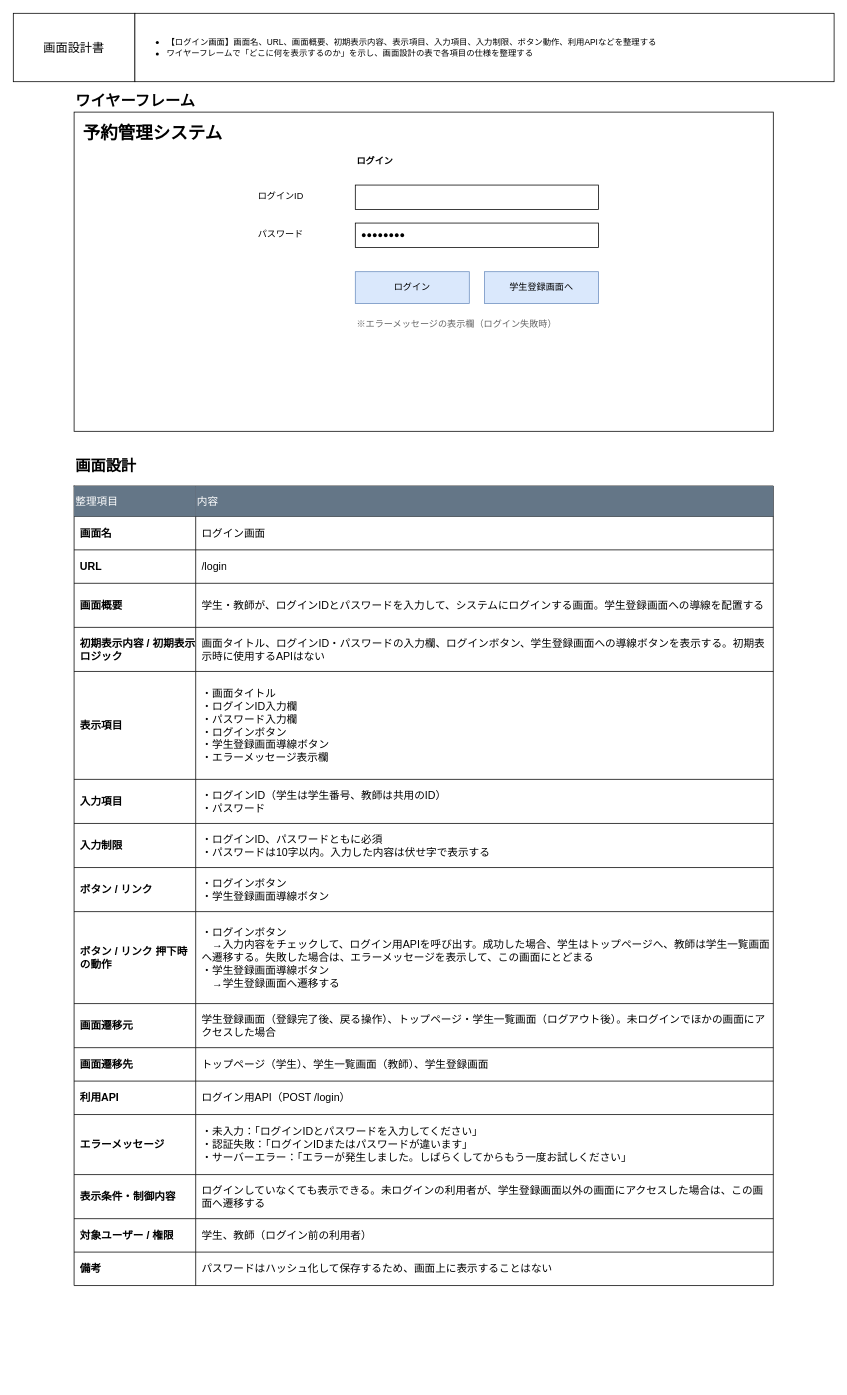
yuhihamada0703/shower-reservation keeps this draw.io diagram as page "画面設計書（ログイン画面）" (1 of 5) of docs/詳細設計.drawio. Above is the earlier version. Source tidied: cells renumbered, new cells numbered last; positions are measured from the earlier drawing's top-left corner, leaving out a move shared by most shapes. Both pictures are drawn from the tidied source at 76%, with x=0, y=0 at pixel (13, 13).
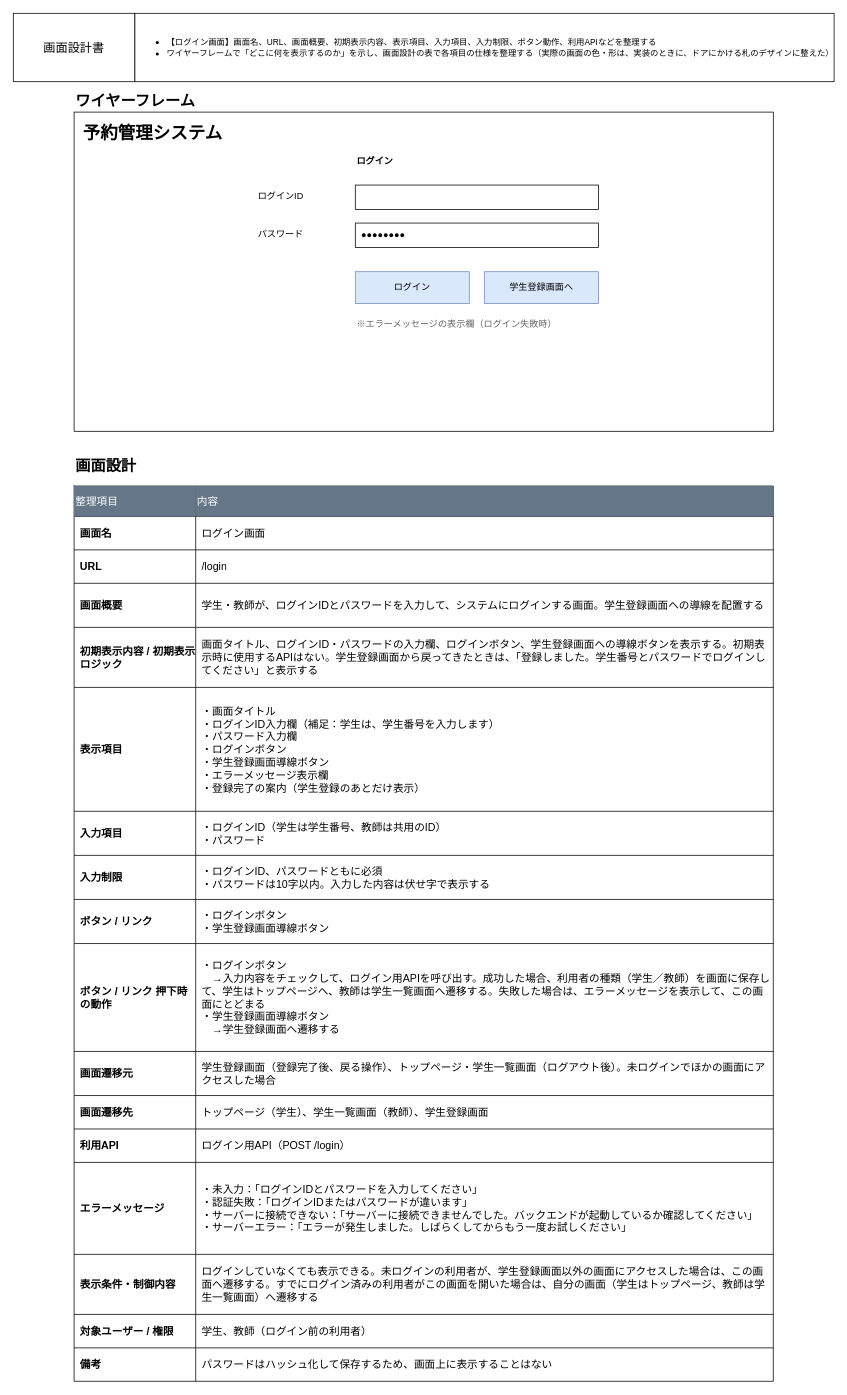
Above is the later version.

What changed in the source:
```diff
@@
-    <mxCell id="3" value="&lt;ul&gt;&lt;li&gt;&lt;font style=&quot;font-size: 11px;&quot;&gt;【ログイン画面】画面名、URL、画面概要、初期表示内容、表示項目、入力項目、入力制限、ボタン動作、利用APIなどを整理する&lt;/font&gt;&lt;/li&gt;&lt;li&gt;&lt;font style=&quot;font-size: 11px;&quot;&gt;ワイヤーフレームで「どこに何を表示するのか」を示し、画面設計の表で各項目の仕様を整理する&lt;/font&gt;&lt;/li&gt;&lt;/ul&gt;" style="whiteSpace=wrap;html=1;align=left;" parent="1" vertex="1">
+    <mxCell id="3" value="&lt;ul&gt;&lt;li&gt;&lt;font style=&quot;font-size: 11px;&quot;&gt;【ログイン画面】画面名、URL、画面概要、初期表示内容、表示項目、入力項目、入力制限、ボタン動作、利用APIなどを整理する&lt;/font&gt;&lt;/li&gt;&lt;li&gt;&lt;font style=&quot;font-size: 11px;&quot;&gt;ワイヤーフレームで「どこに何を表示するのか」を示し、画面設計の表で各項目の仕様を整理する（実際の画面の色・形は、実装のときに、ドアにかける札のデザインに整えた）&lt;/font&gt;&lt;/li&gt;&lt;/ul&gt;" style="whiteSpace=wrap;html=1;align=left;" parent="1" vertex="1">
       <mxGeometry x="160" width="920" height="90" as="geometry" />
     </mxCell>
@@
     <mxCell id="16" style="shape=table;startSize=0;childLayout=tableLayout;fontSize=14;" parent="1" vertex="1">
-      <mxGeometry x="80" y="622" width="920" height="1052" as="geometry" />
+      <mxGeometry x="80" y="622" width="920" height="1178" as="geometry" />
     </mxCell>
@@
     <mxCell id="29" style="shape=tableRow;horizontal=0;startSize=0;swimlaneHead=0;swimlaneBody=0;strokeColor=inherit;top=0;left=0;bottom=0;right=0;fillColor=none;fontSize=14;" parent="16" vertex="1">
-      <mxGeometry y="186" width="920" height="58" as="geometry" />
+      <mxGeometry y="186" width="920" height="79" as="geometry" />
     </mxCell>
     <mxCell id="30" value="初期表示内容 / 初期表示ロジック" style="shape=partialRectangle;html=1;whiteSpace=wrap;strokeColor=inherit;overflow=hidden;fillColor=none;top=0;left=0;bottom=0;right=0;fontSize=14;align=left;verticalAlign=middle;spacingLeft=6;fontStyle=1;" parent="29" vertex="1">
-      <mxGeometry width="160" height="58" as="geometry" />
+      <mxGeometry width="160" height="79" as="geometry" />
     </mxCell>
-    <mxCell id="31" value="画面タイトル、ログインID・パスワードの入力欄、ログインボタン、学生登録画面への導線ボタンを表示する。初期表示時に使用するAPIはない" style="shape=partialRectangle;html=1;whiteSpace=wrap;strokeColor=inherit;overflow=hidden;fillColor=none;top=0;left=0;bottom=0;right=0;fontSize=14;align=left;verticalAlign=middle;spacingLeft=6;" parent="29" vertex="1">
-      <mxGeometry x="160" width="760" height="58" as="geometry" />
+    <mxCell id="31" value="画面タイトル、ログインID・パスワードの入力欄、ログインボタン、学生登録画面への導線ボタンを表示する。初期表示時に使用するAPIはない。学生登録画面から戻ってきたときは、「登録しました。学生番号とパスワードでログインしてください」と表示する" style="shape=partialRectangle;html=1;whiteSpace=wrap;strokeColor=inherit;overflow=hidden;fillColor=none;top=0;left=0;bottom=0;right=0;fontSize=14;align=left;verticalAlign=middle;spacingLeft=6;" parent="29" vertex="1">
+      <mxGeometry x="160" width="760" height="79" as="geometry" />
     </mxCell>
     <mxCell id="32" style="shape=tableRow;horizontal=0;startSize=0;swimlaneHead=0;swimlaneBody=0;strokeColor=inherit;top=0;left=0;bottom=0;right=0;fillColor=none;fontSize=14;" parent="16" vertex="1">
-      <mxGeometry y="244" width="920" height="142" as="geometry" />
+      <mxGeometry y="265" width="920" height="163" as="geometry" />
     </mxCell>
     <mxCell id="33" value="表示項目" style="shape=partialRectangle;html=1;whiteSpace=wrap;strokeColor=inherit;overflow=hidden;fillColor=none;top=0;left=0;bottom=0;right=0;fontSize=14;align=left;verticalAlign=middle;spacingLeft=6;fontStyle=1;" parent="32" vertex="1">
-      <mxGeometry width="160" height="142" as="geometry" />
+      <mxGeometry width="160" height="163" as="geometry" />
     </mxCell>
-    <mxCell id="34" value="・画面タイトル&lt;br&gt;・ログインID入力欄&lt;br&gt;・パスワード入力欄&lt;br&gt;・ログインボタン&lt;br&gt;・学生登録画面導線ボタン&lt;br&gt;・エラーメッセージ表示欄" style="shape=partialRectangle;html=1;whiteSpace=wrap;strokeColor=inherit;overflow=hidden;fillColor=none;top=0;left=0;bottom=0;right=0;fontSize=14;align=left;verticalAlign=middle;spacingLeft=6;" parent="32" vertex="1">
-      <mxGeometry x="160" width="760" height="142" as="geometry" />
+    <mxCell id="34" value="・画面タイトル&lt;br&gt;・ログインID入力欄（補足：学生は、学生番号を入力します）&lt;br&gt;・パスワード入力欄&lt;br&gt;・ログインボタン&lt;br&gt;・学生登録画面導線ボタン&lt;br&gt;・エラーメッセージ表示欄&lt;br&gt;・登録完了の案内（学生登録のあとだけ表示）" style="shape=partialRectangle;html=1;whiteSpace=wrap;strokeColor=inherit;overflow=hidden;fillColor=none;top=0;left=0;bottom=0;right=0;fontSize=14;align=left;verticalAlign=middle;spacingLeft=6;" parent="32" vertex="1">
+      <mxGeometry x="160" width="760" height="163" as="geometry" />
     </mxCell>
     <mxCell id="35" style="shape=tableRow;horizontal=0;startSize=0;swimlaneHead=0;swimlaneBody=0;strokeColor=inherit;top=0;left=0;bottom=0;right=0;fillColor=none;fontSize=14;" parent="16" vertex="1">
-      <mxGeometry y="386" width="920" height="58" as="geometry" />
+      <mxGeometry y="428" width="920" height="58" as="geometry" />
     </mxCell>
@@
     <mxCell id="38" style="shape=tableRow;horizontal=0;startSize=0;swimlaneHead=0;swimlaneBody=0;strokeColor=inherit;top=0;left=0;bottom=0;right=0;fillColor=none;fontSize=14;" parent="16" vertex="1">
-      <mxGeometry y="444" width="920" height="58" as="geometry" />
+      <mxGeometry y="486" width="920" height="58" as="geometry" />
     </mxCell>
@@
     <mxCell id="41" style="shape=tableRow;horizontal=0;startSize=0;swimlaneHead=0;swimlaneBody=0;strokeColor=inherit;top=0;left=0;bottom=0;right=0;fillColor=none;fontSize=14;" parent="16" vertex="1">
-      <mxGeometry y="502" width="920" height="58" as="geometry" />
+      <mxGeometry y="544" width="920" height="58" as="geometry" />
     </mxCell>
@@
     <mxCell id="44" style="shape=tableRow;horizontal=0;startSize=0;swimlaneHead=0;swimlaneBody=0;strokeColor=inherit;top=0;left=0;bottom=0;right=0;fillColor=none;fontSize=14;" parent="16" vertex="1">
-      <mxGeometry y="560" width="920" height="121" as="geometry" />
+      <mxGeometry y="602" width="920" height="142" as="geometry" />
     </mxCell>
     <mxCell id="45" value="ボタン / リンク 押下時の動作" style="shape=partialRectangle;html=1;whiteSpace=wrap;strokeColor=inherit;overflow=hidden;fillColor=none;top=0;left=0;bottom=0;right=0;fontSize=14;align=left;verticalAlign=middle;spacingLeft=6;fontStyle=1;" parent="44" vertex="1">
-      <mxGeometry width="160" height="121" as="geometry" />
+      <mxGeometry width="160" height="142" as="geometry" />
     </mxCell>
-    <mxCell id="46" value="・ログインボタン&lt;br&gt;　→入力内容をチェックして、ログイン用APIを呼び出す。成功した場合、学生はトップページへ、教師は学生一覧画面へ遷移する。失敗した場合は、エラーメッセージを表示して、この画面にとどまる&lt;br&gt;・学生登録画面導線ボタン&lt;br&gt;　→学生登録画面へ遷移する" style="shape=partialRectangle;html=1;whiteSpace=wrap;strokeColor=inherit;overflow=hidden;fillColor=none;top=0;left=0;bottom=0;right=0;fontSize=14;align=left;verticalAlign=middle;spacingLeft=6;" parent="44" vertex="1">
-      <mxGeometry x="160" width="760" height="121" as="geometry" />
+    <mxCell id="46" value="・ログインボタン&lt;br&gt;　→入力内容をチェックして、ログイン用APIを呼び出す。成功した場合、利用者の種類（学生／教師）を画面に保存して、学生はトップページへ、教師は学生一覧画面へ遷移する。失敗した場合は、エラーメッセージを表示して、この画面にとどまる&lt;br&gt;・学生登録画面導線ボタン&lt;br&gt;　→学生登録画面へ遷移する" style="shape=partialRectangle;html=1;whiteSpace=wrap;strokeColor=inherit;overflow=hidden;fillColor=none;top=0;left=0;bottom=0;right=0;fontSize=14;align=left;verticalAlign=middle;spacingLeft=6;" parent="44" vertex="1">
+      <mxGeometry x="160" width="760" height="142" as="geometry" />
     </mxCell>
     <mxCell id="47" style="shape=tableRow;horizontal=0;startSize=0;swimlaneHead=0;swimlaneBody=0;strokeColor=inherit;top=0;left=0;bottom=0;right=0;fillColor=none;fontSize=14;" parent="16" vertex="1">
-      <mxGeometry y="681" width="920" height="58" as="geometry" />
+      <mxGeometry y="744" width="920" height="58" as="geometry" />
     </mxCell>
@@
     <mxCell id="50" style="shape=tableRow;horizontal=0;startSize=0;swimlaneHead=0;swimlaneBody=0;strokeColor=inherit;top=0;left=0;bottom=0;right=0;fillColor=none;fontSize=14;" parent="16" vertex="1">
-      <mxGeometry y="739" width="920" height="44" as="geometry" />
+      <mxGeometry y="802" width="920" height="44" as="geometry" />
     </mxCell>
@@
     <mxCell id="53" style="shape=tableRow;horizontal=0;startSize=0;swimlaneHead=0;swimlaneBody=0;strokeColor=inherit;top=0;left=0;bottom=0;right=0;fillColor=none;fontSize=14;" parent="16" vertex="1">
-      <mxGeometry y="783" width="920" height="44" as="geometry" />
+      <mxGeometry y="846" width="920" height="44" as="geometry" />
     </mxCell>
@@
     <mxCell id="56" style="shape=tableRow;horizontal=0;startSize=0;swimlaneHead=0;swimlaneBody=0;strokeColor=inherit;top=0;left=0;bottom=0;right=0;fillColor=none;fontSize=14;" parent="16" vertex="1">
-      <mxGeometry y="827" width="920" height="79" as="geometry" />
+      <mxGeometry y="890" width="920" height="121" as="geometry" />
     </mxCell>
     <mxCell id="57" value="エラーメッセージ" style="shape=partialRectangle;html=1;whiteSpace=wrap;strokeColor=inherit;overflow=hidden;fillColor=none;top=0;left=0;bottom=0;right=0;fontSize=14;align=left;verticalAlign=middle;spacingLeft=6;fontStyle=1;" parent="56" vertex="1">
-      <mxGeometry width="160" height="79" as="geometry" />
+      <mxGeometry width="160" height="121" as="geometry" />
     </mxCell>
-    <mxCell id="58" value="・未入力：「ログインIDとパスワードを入力してください」&lt;br&gt;・認証失敗：「ログインIDまたはパスワードが違います」&lt;br&gt;・サーバーエラー：「エラーが発生しました。しばらくしてからもう一度お試しください」" style="shape=partialRectangle;html=1;whiteSpace=wrap;strokeColor=inherit;overflow=hidden;fillColor=none;top=0;left=0;bottom=0;right=0;fontSize=14;align=left;verticalAlign=middle;spacingLeft=6;" parent="56" vertex="1">
-      <mxGeometry x="160" width="760" height="79" as="geometry" />
+    <mxCell id="58" value="・未入力：「ログインIDとパスワードを入力してください」&lt;br&gt;・認証失敗：「ログインIDまたはパスワードが違います」&lt;br&gt;・サーバーに接続できない：「サーバーに接続できませんでした。バックエンドが起動しているか確認してください」&lt;br&gt;・サーバーエラー：「エラーが発生しました。しばらくしてからもう一度お試しください」" style="shape=partialRectangle;html=1;whiteSpace=wrap;strokeColor=inherit;overflow=hidden;fillColor=none;top=0;left=0;bottom=0;right=0;fontSize=14;align=left;verticalAlign=middle;spacingLeft=6;" parent="56" vertex="1">
+      <mxGeometry x="160" width="760" height="121" as="geometry" />
     </mxCell>
     <mxCell id="59" style="shape=tableRow;horizontal=0;startSize=0;swimlaneHead=0;swimlaneBody=0;strokeColor=inherit;top=0;left=0;bottom=0;right=0;fillColor=none;fontSize=14;" parent="16" vertex="1">
-      <mxGeometry y="906" width="920" height="58" as="geometry" />
+      <mxGeometry y="1011" width="920" height="79" as="geometry" />
     </mxCell>
     <mxCell id="60" value="表示条件・制御内容" style="shape=partialRectangle;html=1;whiteSpace=wrap;strokeColor=inherit;overflow=hidden;fillColor=none;top=0;left=0;bottom=0;right=0;fontSize=14;align=left;verticalAlign=middle;spacingLeft=6;fontStyle=1;" parent="59" vertex="1">
-      <mxGeometry width="160" height="58" as="geometry" />
+      <mxGeometry width="160" height="79" as="geometry" />
     </mxCell>
-    <mxCell id="61" value="ログインしていなくても表示できる。未ログインの利用者が、学生登録画面以外の画面にアクセスした場合は、この画面へ遷移する" style="shape=partialRectangle;html=1;whiteSpace=wrap;strokeColor=inherit;overflow=hidden;fillColor=none;top=0;left=0;bottom=0;right=0;fontSize=14;align=left;verticalAlign=middle;spacingLeft=6;" parent="59" vertex="1">
-      <mxGeometry x="160" width="760" height="58" as="geometry" />
+    <mxCell id="61" value="ログインしていなくても表示できる。未ログインの利用者が、学生登録画面以外の画面にアクセスした場合は、この画面へ遷移する。すでにログイン済みの利用者がこの画面を開いた場合は、自分の画面（学生はトップページ、教師は学生一覧画面）へ遷移する" style="shape=partialRectangle;html=1;whiteSpace=wrap;strokeColor=inherit;overflow=hidden;fillColor=none;top=0;left=0;bottom=0;right=0;fontSize=14;align=left;verticalAlign=middle;spacingLeft=6;" parent="59" vertex="1">
+      <mxGeometry x="160" width="760" height="79" as="geometry" />
     </mxCell>
     <mxCell id="62" style="shape=tableRow;horizontal=0;startSize=0;swimlaneHead=0;swimlaneBody=0;strokeColor=inherit;top=0;left=0;bottom=0;right=0;fillColor=none;fontSize=14;" parent="16" vertex="1">
-      <mxGeometry y="964" width="920" height="44" as="geometry" />
+      <mxGeometry y="1090" width="920" height="44" as="geometry" />
     </mxCell>
@@
     <mxCell id="65" style="shape=tableRow;horizontal=0;startSize=0;swimlaneHead=0;swimlaneBody=0;strokeColor=inherit;top=0;left=0;bottom=0;right=0;fillColor=none;fontSize=14;" parent="16" vertex="1">
-      <mxGeometry y="1008" width="920" height="44" as="geometry" />
+      <mxGeometry y="1134" width="920" height="44" as="geometry" />
     </mxCell>
```
